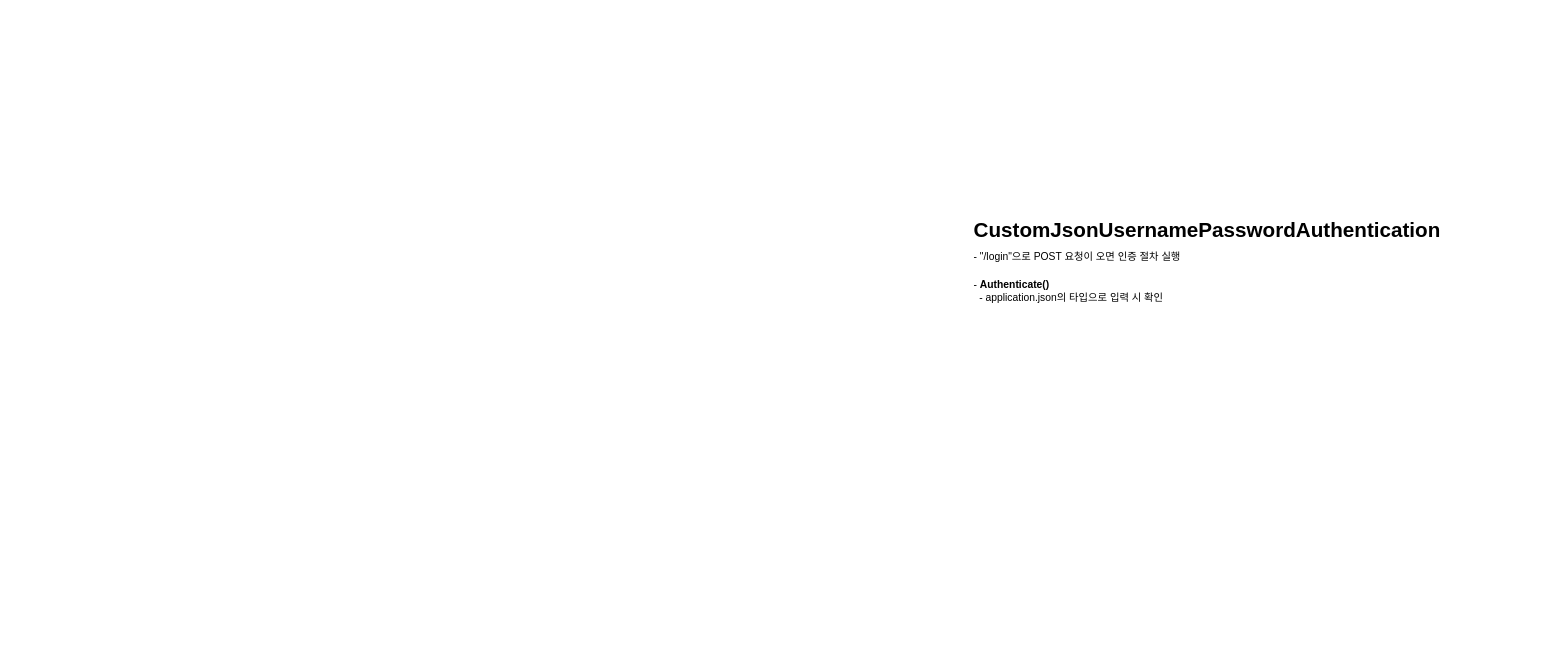
Dubbi96/dubbi-blog-platform keeps this draw.io diagram as service-flow.drawio. Above is the earlier version. Source tidied: cells renumbered, new cells numbered last; positions are measured from the earlier drawing's top-left corner, leaving out a move shared by most shapes. Both pictures are drawn from the tidied source at 86%, with x=0, y=0 at pixel (969, 221).
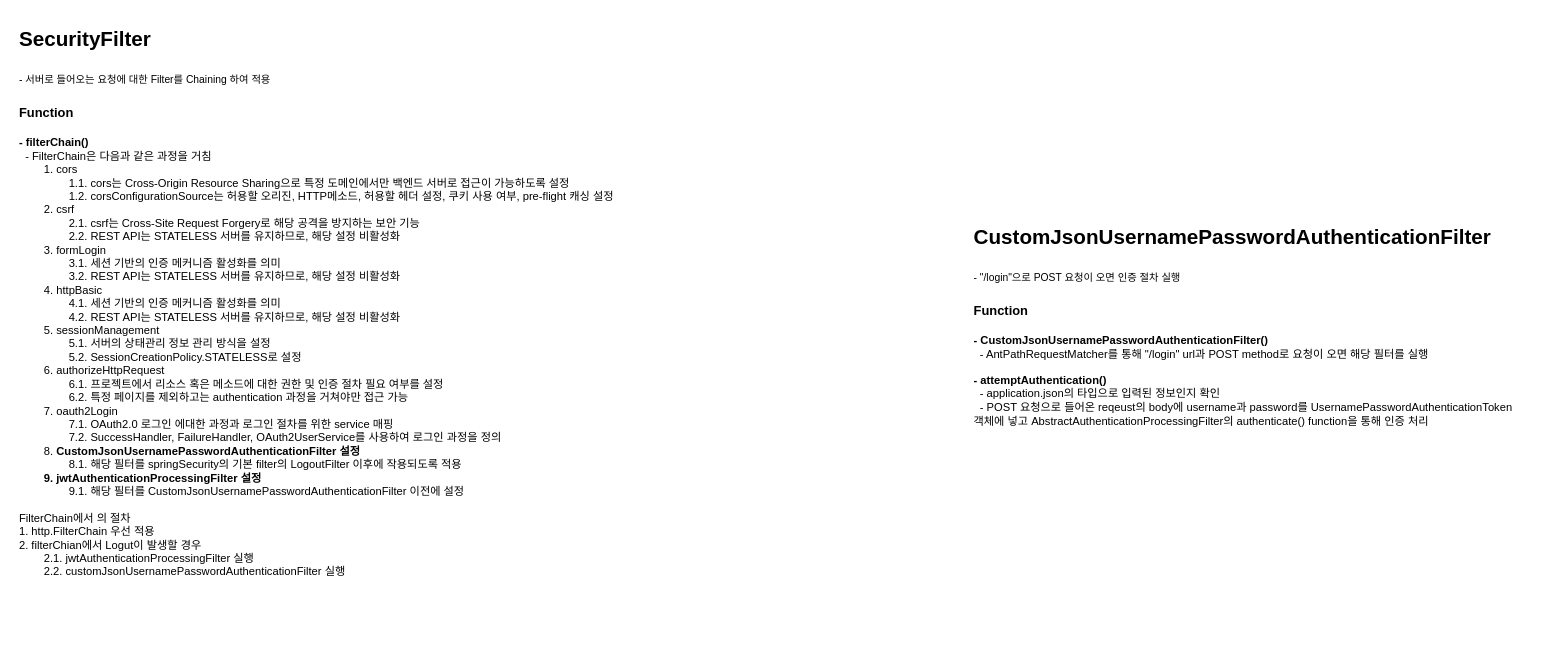
Above is the later version.

What changed in the source:
```diff
@@
 <mxGraphModel>
   <root>
     <mxCell id="0" />
     <mxCell id="1" parent="0" />
-    <mxCell id="2" value="&lt;p style=&quot;line-height: 40%;&quot;&gt;&lt;/p&gt;&lt;h1 style=&quot;line-height: 40%;&quot;&gt;&lt;span style=&quot;background-color: initial;&quot;&gt;CustomJsonUsernamePasswordAuthentication&lt;/span&gt;&lt;/h1&gt;&lt;h1 style=&quot;line-height: 40%;&quot;&gt;&lt;span style=&quot;font-size: 12px; font-weight: 400;&quot;&gt;- &quot;/login&quot;으로 POST 요청이 오면 인증 절차 실행&lt;/span&gt;&lt;/h1&gt;&lt;div style=&quot;line-height: 40%;&quot;&gt;&lt;span style=&quot;font-size: 12px; font-weight: 400;&quot;&gt;&lt;br&gt;&lt;/span&gt;&lt;/div&gt;&lt;div style=&quot;line-height: 120%;&quot;&gt;- &lt;b&gt;Authenticate()&lt;/b&gt;&lt;/div&gt;&lt;div style=&quot;line-height: 120%;&quot;&gt;&amp;nbsp; - application.json의 타입으로 입력 시 확인&lt;/div&gt;&lt;p&gt;&lt;/p&gt;" style="text;html=1;spacing=5;spacingTop=-20;whiteSpace=wrap;overflow=hidden;rounded=0;" parent="1" vertex="1">
-      <mxGeometry width="550" height="120" as="geometry" />
+    <mxCell id="2" value="&lt;p style=&quot;line-height: 40%;&quot;&gt;&lt;/p&gt;&lt;h1 style=&quot;line-height: 110%;&quot;&gt;&lt;span style=&quot;background-color: initial;&quot;&gt;CustomJsonUsernamePasswordAuthenticationFilter&lt;/span&gt;&lt;/h1&gt;&lt;h1 style=&quot;line-height: 110%;&quot;&gt;&lt;span style=&quot;font-size: 12px; font-weight: 400;&quot;&gt;- &quot;/login&quot;으로 POST 요청이 오면 인증 절차 실행&lt;/span&gt;&lt;/h1&gt;&lt;div style=&quot;line-height: 120%; font-size: 15px;&quot;&gt;&lt;font style=&quot;font-size: 15px;&quot;&gt;&lt;b&gt;Function&lt;/b&gt;&lt;/font&gt;&lt;/div&gt;&lt;div style=&quot;line-height: 120%; font-size: 15px;&quot;&gt;&lt;font style=&quot;font-size: 15px;&quot;&gt;&lt;b&gt;&lt;br&gt;&lt;/b&gt;&lt;/font&gt;&lt;/div&gt;&lt;div style=&quot;line-height: 120%; font-size: 13px;&quot;&gt;&lt;font style=&quot;font-size: 13px;&quot;&gt;&lt;b&gt;-&amp;nbsp;CustomJsonUsernamePasswordAuthenticationFilter()&lt;/b&gt;&lt;/font&gt;&lt;/div&gt;&lt;div style=&quot;line-height: 120%; font-size: 13px;&quot;&gt;&lt;font style=&quot;font-size: 13px;&quot;&gt;&amp;nbsp; - AntPathRequestMatcher를 통해 &quot;/login&quot; url과 POST method로 요청이 오면 해당 필터를 실행&lt;/font&gt;&lt;/div&gt;&lt;div style=&quot;line-height: 120%; font-size: 13px;&quot;&gt;&lt;font style=&quot;font-size: 13px;&quot;&gt;&lt;br&gt;&lt;/font&gt;&lt;/div&gt;&lt;div style=&quot;line-height: 120%; font-size: 13px;&quot;&gt;&lt;b&gt;&lt;font style=&quot;font-size: 13px;&quot;&gt;-&amp;nbsp;attemptAuthentication&lt;/font&gt;&lt;span style=&quot;background-color: initial;&quot;&gt;()&lt;/span&gt;&lt;/b&gt;&lt;/div&gt;&lt;div style=&quot;line-height: 120%; font-size: 13px;&quot;&gt;&lt;font style=&quot;font-size: 13px;&quot;&gt;&amp;nbsp; - application.json의 타입으로 입력된 정보인지 확인&lt;/font&gt;&lt;/div&gt;&lt;div style=&quot;line-height: 120%; font-size: 13px;&quot;&gt;&lt;font style=&quot;font-size: 13px;&quot;&gt;&amp;nbsp; - POST 요청으로 들어온 reqeust의 body에 username과 password를 UsernamePasswordAuthenticationToken&amp;nbsp; &amp;nbsp; &amp;nbsp; &amp;nbsp; 객체에 넣고 AbstractAuthenticationProcessingFilter의 authenticate() function을 통해 인증 처리&lt;/font&gt;&lt;/div&gt;&lt;p&gt;&lt;/p&gt;" style="text;html=1;spacing=5;spacingTop=-20;whiteSpace=wrap;overflow=hidden;rounded=0;" parent="1" vertex="1">
+      <mxGeometry width="660" height="290" as="geometry" />
     </mxCell>
+    <mxCell id="3" value="&lt;p style=&quot;line-height: 40%;&quot;&gt;&lt;/p&gt;&lt;h1 style=&quot;line-height: 110%;&quot;&gt;&lt;span style=&quot;background-color: initial;&quot;&gt;SecurityFilter&lt;/span&gt;&lt;/h1&gt;&lt;h1 style=&quot;line-height: 110%;&quot;&gt;&lt;span style=&quot;font-size: 12px; font-weight: 400;&quot;&gt;- 서버로 들어오는 요청에 대한 Filter를 Chaining 하여 적용&lt;/span&gt;&lt;/h1&gt;&lt;div style=&quot;line-height: 120%; font-size: 15px;&quot;&gt;&lt;font style=&quot;font-size: 15px;&quot;&gt;&lt;b&gt;Function&lt;/b&gt;&lt;/font&gt;&lt;/div&gt;&lt;div style=&quot;line-height: 120%; font-size: 15px;&quot;&gt;&lt;font style=&quot;font-size: 15px;&quot;&gt;&lt;b&gt;&lt;br&gt;&lt;/b&gt;&lt;/font&gt;&lt;/div&gt;&lt;div style=&quot;line-height: 120%; font-size: 13px;&quot;&gt;&lt;font style=&quot;font-size: 13px;&quot;&gt;&lt;b&gt;- filterChain()&lt;/b&gt;&lt;/font&gt;&lt;/div&gt;&lt;div style=&quot;line-height: 120%; font-size: 13px;&quot;&gt;&lt;font style=&quot;font-size: 13px;&quot;&gt;&amp;nbsp; - FilterChain은 다음과 같은 과정을 거침&lt;/font&gt;&lt;/div&gt;&lt;div style=&quot;line-height: 120%; font-size: 13px;&quot;&gt;&lt;span style=&quot;white-space: pre;&quot;&gt;&#9;&lt;/span&gt;1. cors&lt;br&gt;&lt;/div&gt;&lt;div style=&quot;line-height: 120%; font-size: 13px;&quot;&gt;&lt;span style=&quot;white-space: pre;&quot;&gt;&#9;&lt;/span&gt;&lt;span style=&quot;white-space: pre;&quot;&gt;&#9;&lt;/span&gt;1.1. cors는 Cross-Origin Resource Sharing으로 특정 도메인에서만 백엔드 서버로 접근이 가능하도록 설정&lt;br&gt;&lt;/div&gt;&lt;div style=&quot;line-height: 120%; font-size: 13px;&quot;&gt;&lt;span style=&quot;white-space: pre;&quot;&gt;&#9;&lt;/span&gt;&lt;span style=&quot;white-space: pre;&quot;&gt;&#9;&lt;/span&gt;1.2. corsConfigurationSource는 허용할 오리진, HTTP메소드, 허용할 헤더 설정, 쿠키 사용 여부, pre-flight 캐싱 설정&lt;/div&gt;&lt;div style=&quot;line-height: 120%; font-size: 13px;&quot;&gt;&lt;span style=&quot;white-space: pre;&quot;&gt;&#9;&lt;/span&gt;2. csrf&lt;br&gt;&lt;/div&gt;&lt;div style=&quot;line-height: 120%; font-size: 13px;&quot;&gt;&lt;span style=&quot;white-space: pre;&quot;&gt;&#9;&lt;/span&gt;&lt;span style=&quot;white-space: pre;&quot;&gt;&#9;&lt;/span&gt;2.1. csrf는 Cross-Site Request Forgery로 해당 공격을 방지하는 보안 기능&lt;br&gt;&lt;/div&gt;&lt;div style=&quot;line-height: 120%; font-size: 13px;&quot;&gt;&lt;span style=&quot;white-space: pre;&quot;&gt;&#9;&lt;/span&gt;&lt;span style=&quot;white-space: pre;&quot;&gt;&#9;&lt;/span&gt;2.2. REST API는 STATELESS 서버를 유지하므로, 해당 설정 비활성화&lt;br&gt;&lt;/div&gt;&lt;div style=&quot;line-height: 120%; font-size: 13px;&quot;&gt;&lt;span style=&quot;white-space: pre;&quot;&gt;&#9;&lt;/span&gt;3. formLogin&lt;br&gt;&lt;/div&gt;&lt;div style=&quot;line-height: 120%; font-size: 13px;&quot;&gt;&lt;span style=&quot;white-space: pre;&quot;&gt;&#9;&lt;/span&gt;&lt;span style=&quot;white-space: pre;&quot;&gt;&#9;&lt;/span&gt;3.1. 세션 기반의 인증 메커니즘 활성화를 의미&lt;br&gt;&lt;/div&gt;&lt;div style=&quot;line-height: 120%; font-size: 13px;&quot;&gt;&lt;span style=&quot;white-space: pre;&quot;&gt;&#9;&lt;/span&gt;&lt;span style=&quot;white-space: pre;&quot;&gt;&#9;&lt;/span&gt;3.2. REST API는 STATELESS 서버를 유지하므로, 해당 설정 비활성화&lt;br&gt;&lt;/div&gt;&lt;div style=&quot;line-height: 120%; font-size: 13px;&quot;&gt;&lt;span style=&quot;white-space: pre;&quot;&gt;&#9;&lt;/span&gt;4. httpBasic&lt;br&gt;&lt;/div&gt;&lt;div style=&quot;line-height: 120%; font-size: 13px;&quot;&gt;&lt;span style=&quot;white-space: pre;&quot;&gt;&#9;&lt;/span&gt;&lt;span style=&quot;white-space: pre;&quot;&gt;&#9;&lt;/span&gt;4.1. 세션 기반의 인증 메커니즘 활성화를 의미&lt;br&gt;&lt;/div&gt;&lt;div style=&quot;line-height: 120%; font-size: 13px;&quot;&gt;&lt;span style=&quot;white-space: pre;&quot;&gt;&#9;&lt;/span&gt;&lt;span style=&quot;white-space: pre;&quot;&gt;&#9;&lt;/span&gt;4.2. REST API는 STATELESS 서버를 유지하므로, 해당 설정 비활성화&lt;br&gt;&lt;/div&gt;&lt;div style=&quot;line-height: 120%; font-size: 13px;&quot;&gt;&lt;span style=&quot;white-space: pre;&quot;&gt;&#9;&lt;/span&gt;5. sessionManagement&lt;br&gt;&lt;/div&gt;&lt;div style=&quot;line-height: 120%; font-size: 13px;&quot;&gt;&lt;span style=&quot;white-space: pre;&quot;&gt;&#9;&lt;/span&gt;&lt;span style=&quot;white-space: pre;&quot;&gt;&#9;&lt;/span&gt;5.1. 서버의 상태관리 정보 관리 방식을 설정&lt;br&gt;&lt;/div&gt;&lt;div style=&quot;line-height: 120%; font-size: 13px;&quot;&gt;&lt;span style=&quot;white-space: pre;&quot;&gt;&#9;&lt;/span&gt;&lt;span style=&quot;white-space: pre;&quot;&gt;&#9;&lt;/span&gt;5.2. SessionCreationPolicy.STATELESS로 설정&lt;br&gt;&lt;/div&gt;&lt;div style=&quot;line-height: 120%; font-size: 13px;&quot;&gt;&lt;span style=&quot;white-space: pre;&quot;&gt;&#9;&lt;/span&gt;6. authorizeHttpRequest&lt;br&gt;&lt;/div&gt;&lt;div style=&quot;line-height: 120%; font-size: 13px;&quot;&gt;&lt;span style=&quot;white-space: pre;&quot;&gt;&#9;&lt;/span&gt;&lt;span style=&quot;white-space: pre;&quot;&gt;&#9;&lt;/span&gt;6.1. 프로젝트에서 리소스 혹은 메소드에 대한 권한 및 인증 절차 필요 여부를 설정&lt;br&gt;&lt;/div&gt;&lt;div style=&quot;line-height: 120%; font-size: 13px;&quot;&gt;&lt;span style=&quot;white-space: pre;&quot;&gt;&#9;&lt;/span&gt;&lt;span style=&quot;white-space: pre;&quot;&gt;&#9;&lt;/span&gt;6.2. 특정 페이지를 제외하고는 authentication 과정을 거쳐야만 접근 가능&lt;br&gt;&lt;/div&gt;&lt;div style=&quot;line-height: 120%; font-size: 13px;&quot;&gt;&lt;span style=&quot;white-space: pre;&quot;&gt;&#9;&lt;/span&gt;7. oauth2Login&lt;br&gt;&lt;/div&gt;&lt;div style=&quot;line-height: 120%; font-size: 13px;&quot;&gt;&lt;span style=&quot;white-space: pre;&quot;&gt;&#9;&lt;/span&gt;&lt;span style=&quot;white-space: pre;&quot;&gt;&#9;&lt;/span&gt;7.1. OAuth2.0 로그인 에대한 과정과 로그인 절차를 위한 service 매핑&lt;br&gt;&lt;/div&gt;&lt;div style=&quot;line-height: 120%; font-size: 13px;&quot;&gt;&lt;span style=&quot;white-space: pre;&quot;&gt;&#9;&lt;/span&gt;&lt;span style=&quot;white-space: pre;&quot;&gt;&#9;&lt;/span&gt;7.2. SuccessHandler, FailureHandler, OAuth2UserService를 사용하여 로그인 과정을 정의&lt;br&gt;&lt;/div&gt;&lt;div style=&quot;line-height: 120%; font-size: 13px;&quot;&gt;&lt;span style=&quot;white-space: pre;&quot;&gt;&#9;&lt;/span&gt;8. &lt;b&gt;CustomJsonUsernamePasswordAuthenticationFilter 설정&lt;/b&gt;&lt;br&gt;&lt;/div&gt;&lt;div style=&quot;line-height: 120%; font-size: 13px;&quot;&gt;&lt;span style=&quot;white-space: pre;&quot;&gt;&#9;&lt;/span&gt;&lt;span style=&quot;white-space: pre;&quot;&gt;&#9;&lt;/span&gt;8.1. 해당 필터를 springSecurity의 기본 filter의 LogoutFilter 이후에 작용되도록 적용&lt;br&gt;&lt;/div&gt;&lt;div style=&quot;line-height: 120%; font-size: 13px;&quot;&gt;&lt;b&gt;&lt;span style=&quot;white-space: pre;&quot;&gt;&#9;&lt;/span&gt;9. jwtAuthenticationProcessingFilter 설정&lt;/b&gt;&lt;br&gt;&lt;/div&gt;&lt;div style=&quot;line-height: 120%; font-size: 13px;&quot;&gt;&lt;span style=&quot;font-weight: bold; white-space: pre;&quot;&gt;&#9;&lt;/span&gt;&lt;span style=&quot;font-weight: bold; white-space: pre;&quot;&gt;&#9;&lt;/span&gt;9.1. 해당 필터를 CustomJsonUsernamePasswordAuthenticationFilter 이전에 설정&lt;br&gt;&lt;/div&gt;&lt;div style=&quot;line-height: 120%; font-size: 13px;&quot;&gt;&lt;br&gt;&lt;/div&gt;&lt;div style=&quot;line-height: 120%; font-size: 13px;&quot;&gt;FilterChain에서 의 절차&lt;/div&gt;&lt;div style=&quot;line-height: 120%; font-size: 13px;&quot;&gt;1. http.FilterChain 우선 적용&lt;/div&gt;&lt;div style=&quot;line-height: 120%; font-size: 13px;&quot;&gt;2. filterChian에서 Logut이 발생할 경우&lt;/div&gt;&lt;div style=&quot;line-height: 120%; font-size: 13px;&quot;&gt;&lt;span style=&quot;white-space: pre;&quot;&gt;&#9;&lt;/span&gt;2.1. jwtAuthenticationProcessingFilter 실행&lt;br&gt;&lt;/div&gt;&lt;div style=&quot;line-height: 120%; font-size: 13px;&quot;&gt;&lt;span style=&quot;white-space: pre;&quot;&gt;&#9;&lt;/span&gt;2.2. customJsonUsernamePasswordAuthenticationFilter 실행&lt;br&gt;&lt;/div&gt;&lt;p&gt;&lt;/p&gt;" style="text;html=1;spacing=5;spacingTop=-20;whiteSpace=wrap;overflow=hidden;rounded=0;" parent="1" vertex="1">
+      <mxGeometry x="-1110" y="-230" width="810" height="720" as="geometry" />
+    </mxCell>
   </root>
 </mxGraphModel>
```
